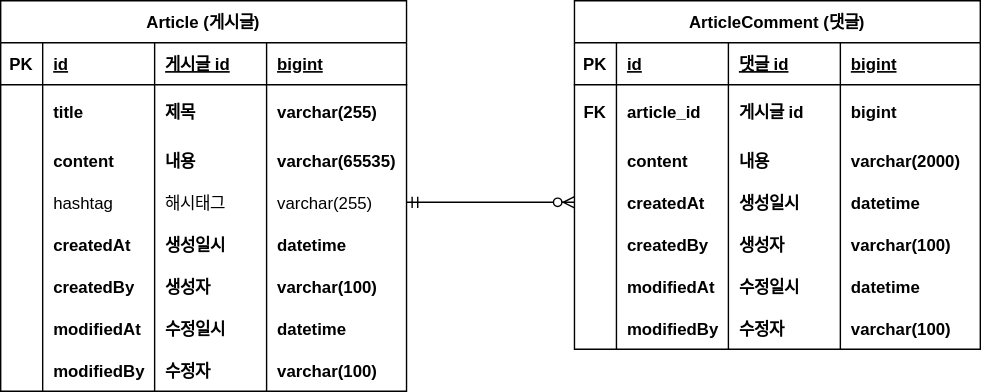
The draw.io diagram document/project-board-erd.svg in jjjGi/Java_backend_project, before a commit. Source tidied: cells renumbered, new cells last; positions are measured from the earlier drawing's top-left corner, leaving out a move shared by most shapes.
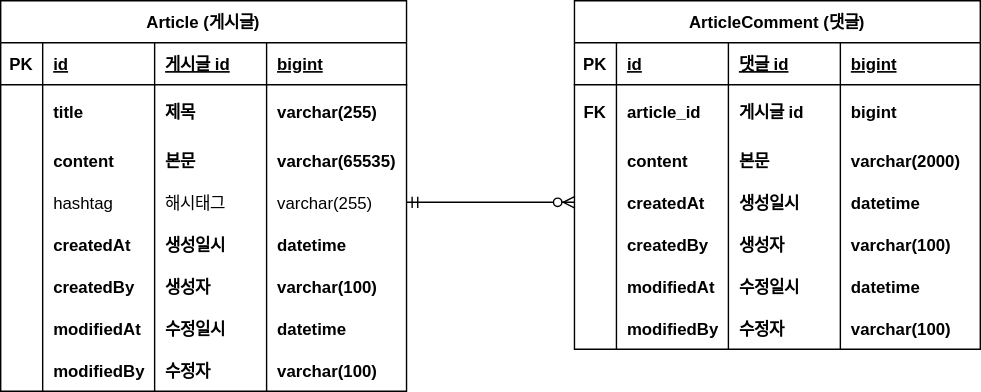
Above is the later version.

Commit message:
#3 - ERD 주석 업데이트 : project-board-erd.svg 업데이트

Diff of the diagram source:
```diff
@@ -47,7 +47,7 @@
     <mxCell id="16" value="content" style="shape=partialRectangle;overflow=hidden;fillColor=none;top=0;left=0;bottom=0;right=0;align=left;spacingLeft=6;fontStyle=1;" parent="14" vertex="1">
       <mxGeometry x="30" width="80" height="30" as="geometry" />
     </mxCell>
-    <mxCell id="17" value="내용" style="shape=partialRectangle;overflow=hidden;fillColor=none;top=0;left=0;bottom=0;right=0;align=left;spacingLeft=6;fontStyle=1;" parent="14" vertex="1">
+    <mxCell id="17" value="본문" style="shape=partialRectangle;overflow=hidden;fillColor=none;top=0;left=0;bottom=0;right=0;align=left;spacingLeft=6;fontStyle=1;" parent="14" vertex="1">
       <mxGeometry x="110" width="80" height="30" as="geometry" />
     </mxCell>
     <mxCell id="18" value="varchar(65535)" style="shape=partialRectangle;overflow=hidden;fillColor=none;top=0;left=0;bottom=0;right=0;align=left;spacingLeft=6;fontStyle=1;" parent="14" vertex="1">
@@ -170,7 +170,7 @@
     <mxCell id="57" value="content" style="shape=partialRectangle;overflow=hidden;fillColor=none;top=0;left=0;bottom=0;right=0;align=left;spacingLeft=6;fontStyle=1;" parent="55" vertex="1">
       <mxGeometry x="30" width="80" height="30" as="geometry" />
     </mxCell>
-    <mxCell id="58" value="내용" style="shape=partialRectangle;overflow=hidden;fillColor=none;top=0;left=0;bottom=0;right=0;align=left;spacingLeft=6;fontStyle=1;" parent="55" vertex="1">
+    <mxCell id="58" value="본문" style="shape=partialRectangle;overflow=hidden;fillColor=none;top=0;left=0;bottom=0;right=0;align=left;spacingLeft=6;fontStyle=1;" parent="55" vertex="1">
       <mxGeometry x="110" width="80" height="30" as="geometry" />
     </mxCell>
     <mxCell id="59" value="varchar(2000)" style="shape=partialRectangle;overflow=hidden;fillColor=none;top=0;left=0;bottom=0;right=0;align=left;spacingLeft=6;fontStyle=1;" parent="55" vertex="1">
```
